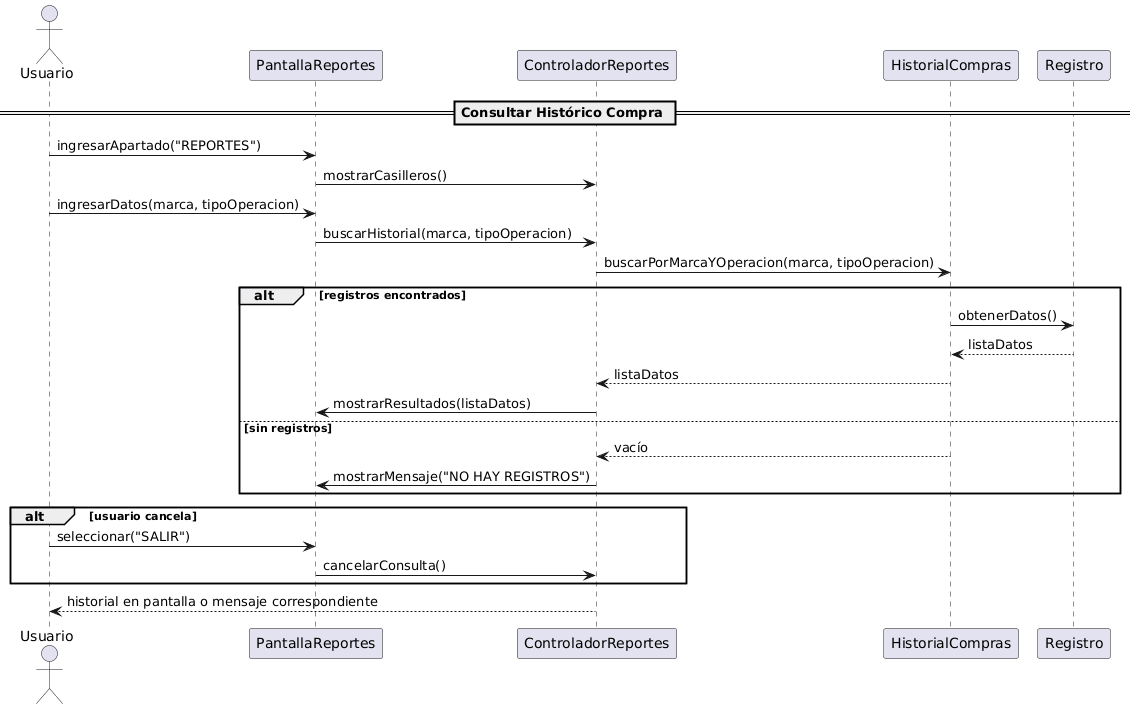
Above: 08 - Diagrama de secuencia/03 - Compras/Consultar historico compras.png in EmanuelMonella/baterias (PlantUML), before the change. Source of this version:
```plantuml
@startuml
actor Usuario

== Consultar Histórico Compra ==

Usuario -> PantallaReportes : ingresarApartado("REPORTES")
PantallaReportes -> ControladorReportes : mostrarCasilleros()

Usuario -> PantallaReportes : ingresarDatos(marca, tipoOperacion)
PantallaReportes -> ControladorReportes : buscarHistorial(marca, tipoOperacion)

ControladorReportes -> HistorialCompras : buscarPorMarcaYOperacion(marca, tipoOperacion)
alt registros encontrados
    HistorialCompras -> Registro : obtenerDatos()
    Registro --> HistorialCompras : listaDatos
    HistorialCompras --> ControladorReportes   : listaDatos
    ControladorReportes -> PantallaReportes : mostrarResultados(listaDatos)
else sin registros
    HistorialCompras --> ControladorReportes : vacío
    ControladorReportes -> PantallaReportes : mostrarMensaje("NO HAY REGISTROS")
end

alt usuario cancela
    Usuario -> PantallaReportes : seleccionar("SALIR")
    PantallaReportes -> ControladorReportes : cancelarConsulta()
end

ControladorReportes --> Usuario : historial en pantalla o mensaje correspondiente
@enduml
```
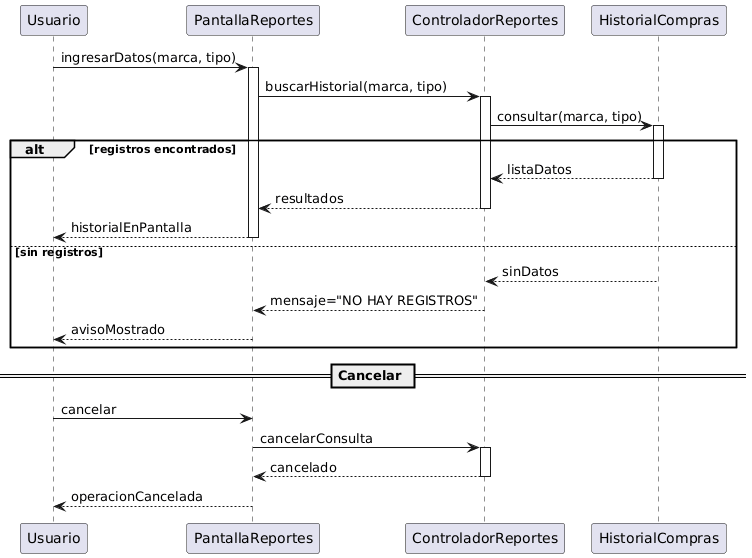
The same diagram one commit later.

Commit message:
Correccion Diagrama Secuencias Compras

Diff of the diagram source:
```diff
@@ -1,29 +1,34 @@
 @startuml
-actor Usuario
+Usuario -> PantallaReportes : ingresarDatos(marca, tipo)
+activate PantallaReportes
+PantallaReportes -> ControladorReportes : buscarHistorial(marca, tipo)
+activate ControladorReportes
 
-== Consultar Histórico Compra ==
+ControladorReportes -> HistorialCompras : consultar(marca, tipo)
+activate HistorialCompras
 
-Usuario -> PantallaReportes : ingresarApartado("REPORTES")
-PantallaReportes -> ControladorReportes : mostrarCasilleros()
+alt registros encontrados
+    HistorialCompras --> ControladorReportes : listaDatos
+    deactivate HistorialCompras
+    ControladorReportes --> PantallaReportes : resultados
+    deactivate ControladorReportes
+    PantallaReportes --> Usuario : historialEnPantalla
+    deactivate PantallaReportes
 
-Usuario -> PantallaReportes : ingresarDatos(marca, tipoOperacion)
-PantallaReportes -> ControladorReportes : buscarHistorial(marca, tipoOperacion)
-
-ControladorReportes -> HistorialCompras : buscarPorMarcaYOperacion(marca, tipoOperacion)
-alt registros encontrados
-    HistorialCompras -> Registro : obtenerDatos()
-    Registro --> HistorialCompras : listaDatos
-    HistorialCompras --> ControladorReportes   : listaDatos
-    ControladorReportes -> PantallaReportes : mostrarResultados(listaDatos)
 else sin registros
-    HistorialCompras --> ControladorReportes : vacío
-    ControladorReportes -> PantallaReportes : mostrarMensaje("NO HAY REGISTROS")
+    HistorialCompras --> ControladorReportes : sinDatos
+    deactivate HistorialCompras
+    ControladorReportes --> PantallaReportes : mensaje="NO HAY REGISTROS"
+    deactivate ControladorReportes
+    PantallaReportes --> Usuario : avisoMostrado
+    deactivate PantallaReportes
 end
 
-alt usuario cancela
-    Usuario -> PantallaReportes : seleccionar("SALIR")
-    PantallaReportes -> ControladorReportes : cancelarConsulta()
-end
-
-ControladorReportes --> Usuario : historial en pantalla o mensaje correspondiente
+== Cancelar ==
+Usuario -> PantallaReportes : cancelar
+PantallaReportes -> ControladorReportes : cancelarConsulta
+activate ControladorReportes
+ControladorReportes --> PantallaReportes : cancelado
+deactivate ControladorReportes
+PantallaReportes --> Usuario : operacionCancelada
 @enduml
```
